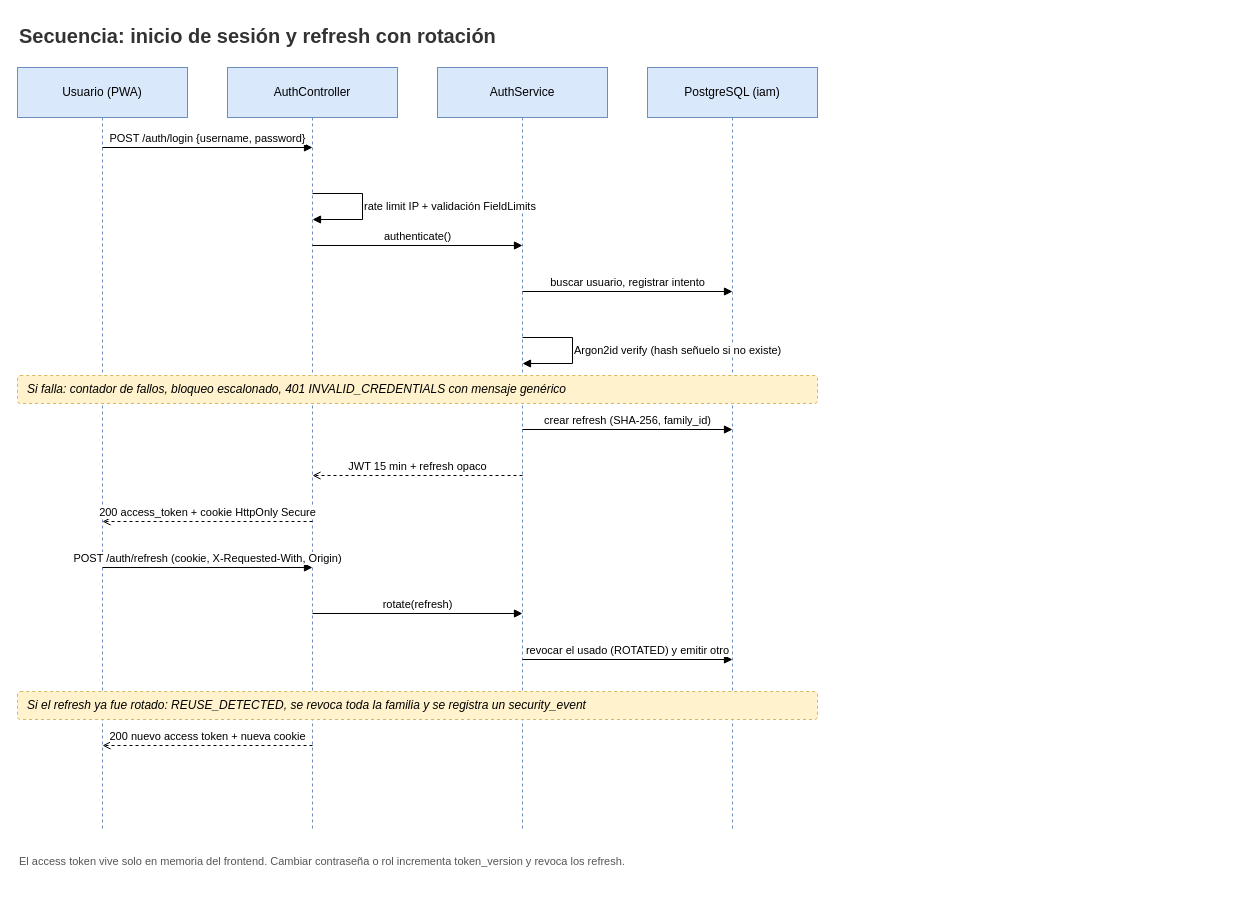
NicoalsD/caudal-backend keeps this draw.io diagram as docs/images/secuencia-login.drawio. Above is the earlier version. Source tidied: cells renumbered, new cells numbered last; positions are measured from the earlier drawing's top-left corner, leaving out a move shared by most shapes. Both pictures are drawn from the tidied source at 100%, with x=0, y=0 at pixel (17, 17).
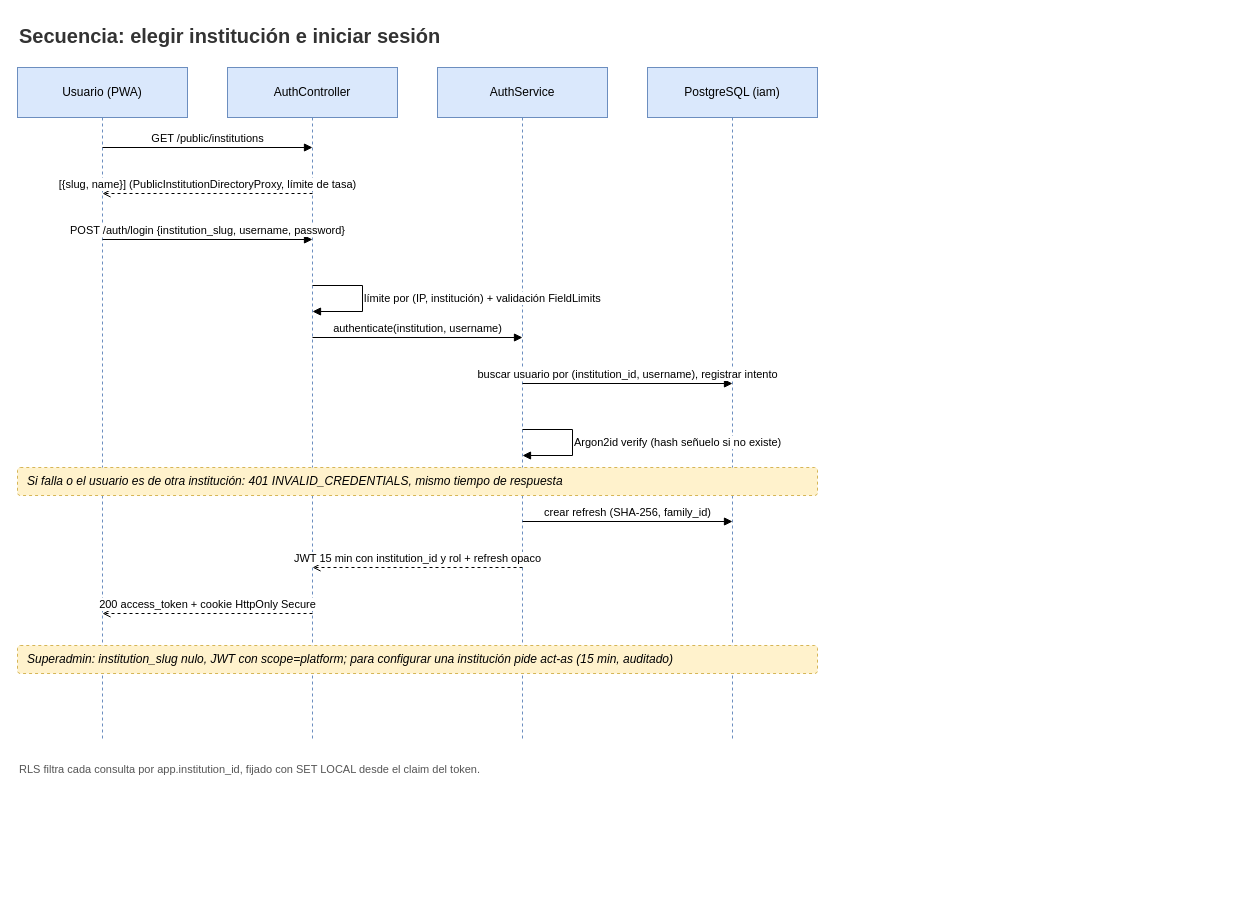
The same diagram, later.

Commit message (it also covers changes not shown here):
docs: actualiza las secuencias de login, telemetría y pronóstico

The edit, as a diff of the source:
```diff
@@
-    <mxCell id="2" value="Secuencia: inicio de sesión y refresh con rotación" style="text;html=1;whiteSpace=wrap;fontSize=20;align=left;verticalAlign=middle;fontColor=#333333;fontStyle=1;" parent="1" vertex="1">
+    <mxCell id="2" value="Secuencia: elegir institución e iniciar sesión" style="text;html=1;whiteSpace=wrap;fontSize=20;align=left;verticalAlign=middle;fontColor=#333333;fontStyle=1;" parent="1" vertex="1">
       <mxGeometry width="1200" height="36" as="geometry" />
     </mxCell>
     <mxCell id="3" value="Usuario (PWA)" style="shape=umlLifeline;perimeter=lifelinePerimeter;whiteSpace=wrap;html=1;fillColor=#dae8fc;strokeColor=#6c8ebf;fontSize=12;size=50;" parent="1" vertex="1">
-      <mxGeometry y="50" width="170" height="764" as="geometry" />
+      <mxGeometry y="50" width="170" height="672" as="geometry" />
     </mxCell>
     <mxCell id="4" value="AuthController" style="shape=umlLifeline;perimeter=lifelinePerimeter;whiteSpace=wrap;html=1;fillColor=#dae8fc;strokeColor=#6c8ebf;fontSize=12;size=50;" parent="1" vertex="1">
-      <mxGeometry x="210" y="50" width="170" height="764" as="geometry" />
+      <mxGeometry x="210" y="50" width="170" height="672" as="geometry" />
     </mxCell>
     <mxCell id="5" value="AuthService" style="shape=umlLifeline;perimeter=lifelinePerimeter;whiteSpace=wrap;html=1;fillColor=#dae8fc;strokeColor=#6c8ebf;fontSize=12;size=50;" parent="1" vertex="1">
-      <mxGeometry x="420" y="50" width="170" height="764" as="geometry" />
+      <mxGeometry x="420" y="50" width="170" height="672" as="geometry" />
     </mxCell>
     <mxCell id="6" value="PostgreSQL (iam)" style="shape=umlLifeline;perimeter=lifelinePerimeter;whiteSpace=wrap;html=1;fillColor=#dae8fc;strokeColor=#6c8ebf;fontSize=12;size=50;" parent="1" vertex="1">
-      <mxGeometry x="630" y="50" width="170" height="764" as="geometry" />
+      <mxGeometry x="630" y="50" width="170" height="672" as="geometry" />
     </mxCell>
-    <mxCell id="7" value="POST /auth/login {username, password}" style="html=1;endArrow=block;endFill=1;rounded=0;fontSize=11;labelBackgroundColor=#ffffff;verticalAlign=bottom;" parent="1" edge="1">
+    <mxCell id="7" value="GET /public/institutions" style="html=1;endArrow=block;endFill=1;rounded=0;fontSize=11;labelBackgroundColor=#ffffff;verticalAlign=bottom;" parent="1" edge="1">
       <mxGeometry relative="1" as="geometry">
         <mxPoint x="85" y="130" as="sourcePoint" />
         <mxPoint x="295" y="130" as="targetPoint" />
       </mxGeometry>
     </mxCell>
-    <mxCell id="8" value="rate limit IP + validación FieldLimits" style="html=1;endArrow=block;rounded=0;fontSize=11;align=left;labelBackgroundColor=#ffffff;edgeStyle=none;" parent="1" edge="1">
+    <mxCell id="8" value="[{slug, name}] (PublicInstitutionDirectoryProxy, límite de tasa)" style="html=1;endArrow=open;endFill=1;rounded=0;fontSize=11;labelBackgroundColor=#ffffff;verticalAlign=bottom;dashed=1;" parent="1" edge="1">
       <mxGeometry relative="1" as="geometry">
         <mxPoint x="295" y="176" as="sourcePoint" />
-        <mxPoint x="295" y="202" as="targetPoint" />
-        <Array as="points">
-          <mxPoint x="345" y="176" />
-          <mxPoint x="345" y="202" />
-        </Array>
+        <mxPoint x="85" y="176" as="targetPoint" />
       </mxGeometry>
     </mxCell>
-    <mxCell id="9" value="authenticate()" style="html=1;endArrow=block;endFill=1;rounded=0;fontSize=11;labelBackgroundColor=#ffffff;verticalAlign=bottom;" parent="1" edge="1">
+    <mxCell id="9" value="POST /auth/login {institution_slug, username, password}" style="html=1;endArrow=block;endFill=1;rounded=0;fontSize=11;labelBackgroundColor=#ffffff;verticalAlign=bottom;" parent="1" edge="1">
       <mxGeometry relative="1" as="geometry">
-        <mxPoint x="295" y="228" as="sourcePoint" />
-        <mxPoint x="505" y="228" as="targetPoint" />
+        <mxPoint x="85" y="222" as="sourcePoint" />
+        <mxPoint x="295" y="222" as="targetPoint" />
       </mxGeometry>
     </mxCell>
-    <mxCell id="10" value="buscar usuario, registrar intento" style="html=1;endArrow=block;endFill=1;rounded=0;fontSize=11;labelBackgroundColor=#ffffff;verticalAlign=bottom;" parent="1" edge="1">
+    <mxCell id="10" value="límite por (IP, institución) + validación FieldLimits" style="html=1;endArrow=block;rounded=0;fontSize=11;align=left;labelBackgroundColor=#ffffff;edgeStyle=none;" parent="1" edge="1">
       <mxGeometry relative="1" as="geometry">
-        <mxPoint x="505" y="274" as="sourcePoint" />
-        <mxPoint x="715" y="274" as="targetPoint" />
+        <mxPoint x="295" y="268" as="sourcePoint" />
+        <mxPoint x="295" y="294" as="targetPoint" />
+        <Array as="points">
+          <mxPoint x="345" y="268" />
+          <mxPoint x="345" y="294" />
+        </Array>
       </mxGeometry>
     </mxCell>
-    <mxCell id="11" value="Argon2id verify (hash señuelo si no existe)" style="html=1;endArrow=block;rounded=0;fontSize=11;align=left;labelBackgroundColor=#ffffff;edgeStyle=none;" parent="1" edge="1">
+    <mxCell id="11" value="authenticate(institution, username)" style="html=1;endArrow=block;endFill=1;rounded=0;fontSize=11;labelBackgroundColor=#ffffff;verticalAlign=bottom;" parent="1" edge="1">
       <mxGeometry relative="1" as="geometry">
-        <mxPoint x="505" y="320" as="sourcePoint" />
-        <mxPoint x="505" y="346" as="targetPoint" />
-        <Array as="points">
-          <mxPoint x="555" y="320" />
-          <mxPoint x="555" y="346" />
-        </Array>
+        <mxPoint x="295" y="320" as="sourcePoint" />
+        <mxPoint x="505" y="320" as="targetPoint" />
       </mxGeometry>
     </mxCell>
-    <mxCell id="12" value="Si falla: contador de fallos, bloqueo escalonado, 401 INVALID_CREDENTIALS con mensaje genérico" style="rounded=1;whiteSpace=wrap;html=1;fillColor=#fff2cc;strokeColor=#d6b656;fontSize=12;arcSize=10;dashed=1;align=left;spacingLeft=8;fontStyle=2;" parent="1" vertex="1">
-      <mxGeometry y="358" width="800" height="28" as="geometry" />
-    </mxCell>
+    <mxCell id="22" value="buscar usuario por (institution_id, username), registrar intento" style="html=1;endArrow=block;endFill=1;rounded=0;fontSize=11;labelBackgroundColor=#ffffff;verticalAlign=bottom;" parent="1" edge="1">
+      <mxGeometry relative="1" as="geometry">
+        <mxPoint x="505" y="366" as="sourcePoint" />
+        <mxPoint x="715" y="366" as="targetPoint" />
+      </mxGeometry>
+    </mxCell>
-    <mxCell id="13" value="crear refresh (SHA-256, family_id)" style="html=1;endArrow=block;endFill=1;rounded=0;fontSize=11;labelBackgroundColor=#ffffff;verticalAlign=bottom;" parent="1" edge="1">
+    <mxCell id="13" value="Argon2id verify (hash señuelo si no existe)" style="html=1;endArrow=block;rounded=0;fontSize=11;align=left;labelBackgroundColor=#ffffff;edgeStyle=none;" parent="1" edge="1">
       <mxGeometry relative="1" as="geometry">
         <mxPoint x="505" y="412" as="sourcePoint" />
-        <mxPoint x="715" y="412" as="targetPoint" />
+        <mxPoint x="505" y="438" as="targetPoint" />
+        <Array as="points">
+          <mxPoint x="555" y="412" />
+          <mxPoint x="555" y="438" />
+        </Array>
       </mxGeometry>
     </mxCell>
-    <mxCell id="14" value="JWT 15 min + refresh opaco" style="html=1;endArrow=open;endFill=1;rounded=0;fontSize=11;labelBackgroundColor=#ffffff;verticalAlign=bottom;dashed=1;" parent="1" edge="1">
-      <mxGeometry relative="1" as="geometry">
-        <mxPoint x="505" y="458" as="sourcePoint" />
-        <mxPoint x="295" y="458" as="targetPoint" />
-      </mxGeometry>
-    </mxCell>
+    <mxCell id="23" value="Si falla o el usuario es de otra institución: 401 INVALID_CREDENTIALS, mismo tiempo de respuesta" style="rounded=1;whiteSpace=wrap;html=1;fillColor=#fff2cc;strokeColor=#d6b656;fontSize=12;arcSize=10;dashed=1;align=left;spacingLeft=8;fontStyle=2;" parent="1" vertex="1">
+      <mxGeometry y="450" width="800" height="28" as="geometry" />
+    </mxCell>
-    <mxCell id="15" value="200 access_token + cookie HttpOnly Secure" style="html=1;endArrow=open;endFill=1;rounded=0;fontSize=11;labelBackgroundColor=#ffffff;verticalAlign=bottom;dashed=1;" parent="1" edge="1">
+    <mxCell id="15" value="crear refresh (SHA-256, family_id)" style="html=1;endArrow=block;endFill=1;rounded=0;fontSize=11;labelBackgroundColor=#ffffff;verticalAlign=bottom;" parent="1" edge="1">
       <mxGeometry relative="1" as="geometry">
-        <mxPoint x="295" y="504" as="sourcePoint" />
-        <mxPoint x="85" y="504" as="targetPoint" />
+        <mxPoint x="505" y="504" as="sourcePoint" />
+        <mxPoint x="715" y="504" as="targetPoint" />
       </mxGeometry>
     </mxCell>
-    <mxCell id="16" value="POST /auth/refresh (cookie, X-Requested-With, Origin)" style="html=1;endArrow=block;endFill=1;rounded=0;fontSize=11;labelBackgroundColor=#ffffff;verticalAlign=bottom;" parent="1" edge="1">
+    <mxCell id="16" value="JWT 15 min con institution_id y rol + refresh opaco" style="html=1;endArrow=open;endFill=1;rounded=0;fontSize=11;labelBackgroundColor=#ffffff;verticalAlign=bottom;dashed=1;" parent="1" edge="1">
       <mxGeometry relative="1" as="geometry">
-        <mxPoint x="85" y="550" as="sourcePoint" />
+        <mxPoint x="505" y="550" as="sourcePoint" />
         <mxPoint x="295" y="550" as="targetPoint" />
       </mxGeometry>
     </mxCell>
-    <mxCell id="17" value="rotate(refresh)" style="html=1;endArrow=block;endFill=1;rounded=0;fontSize=11;labelBackgroundColor=#ffffff;verticalAlign=bottom;" parent="1" edge="1">
+    <mxCell id="17" value="200 access_token + cookie HttpOnly Secure" style="html=1;endArrow=open;endFill=1;rounded=0;fontSize=11;labelBackgroundColor=#ffffff;verticalAlign=bottom;dashed=1;" parent="1" edge="1">
       <mxGeometry relative="1" as="geometry">
         <mxPoint x="295" y="596" as="sourcePoint" />
-        <mxPoint x="505" y="596" as="targetPoint" />
+        <mxPoint x="85" y="596" as="targetPoint" />
       </mxGeometry>
     </mxCell>
-    <mxCell id="18" value="revocar el usado (ROTATED) y emitir otro" style="html=1;endArrow=block;endFill=1;rounded=0;fontSize=11;labelBackgroundColor=#ffffff;verticalAlign=bottom;" parent="1" edge="1">
-      <mxGeometry relative="1" as="geometry">
-        <mxPoint x="505" y="642" as="sourcePoint" />
-        <mxPoint x="715" y="642" as="targetPoint" />
-      </mxGeometry>
-    </mxCell>
-    <mxCell id="19" value="Si el refresh ya fue rotado: REUSE_DETECTED, se revoca toda la familia y se registra un security_event" style="rounded=1;whiteSpace=wrap;html=1;fillColor=#fff2cc;strokeColor=#d6b656;fontSize=12;arcSize=10;dashed=1;align=left;spacingLeft=8;fontStyle=2;" parent="1" vertex="1">
-      <mxGeometry y="674" width="800" height="28" as="geometry" />
-    </mxCell>
-    <mxCell id="20" value="200 nuevo access token + nueva cookie" style="html=1;endArrow=open;endFill=1;rounded=0;fontSize=11;labelBackgroundColor=#ffffff;verticalAlign=bottom;dashed=1;" parent="1" edge="1">
-      <mxGeometry relative="1" as="geometry">
-        <mxPoint x="295" y="728" as="sourcePoint" />
-        <mxPoint x="85" y="728" as="targetPoint" />
-      </mxGeometry>
-    </mxCell>
-    <mxCell id="21" value="El access token vive solo en memoria del frontend. Cambiar contraseña o rol incrementa token_version y revoca los refresh." style="text;html=1;whiteSpace=wrap;fontSize=11;align=left;verticalAlign=middle;fontColor=#555555;" parent="1" vertex="1">
-      <mxGeometry y="824" width="800" height="40" as="geometry" />
-    </mxCell>
+    <mxCell id="24" value="Superadmin: institution_slug nulo, JWT con scope=platform; para configurar una institución pide act-as (15 min, auditado)" style="rounded=1;whiteSpace=wrap;html=1;fillColor=#fff2cc;strokeColor=#d6b656;fontSize=12;arcSize=10;dashed=1;align=left;spacingLeft=8;fontStyle=2;" parent="1" vertex="1">
+      <mxGeometry y="628" width="800" height="28" as="geometry" />
+    </mxCell>
+    <mxCell id="25" value="RLS filtra cada consulta por app.institution_id, fijado con SET LOCAL desde el claim del token." style="text;html=1;whiteSpace=wrap;fontSize=11;align=left;verticalAlign=middle;fontColor=#555555;" parent="1" vertex="1">
+      <mxGeometry y="732" width="800" height="40" as="geometry" />
+    </mxCell>
```
